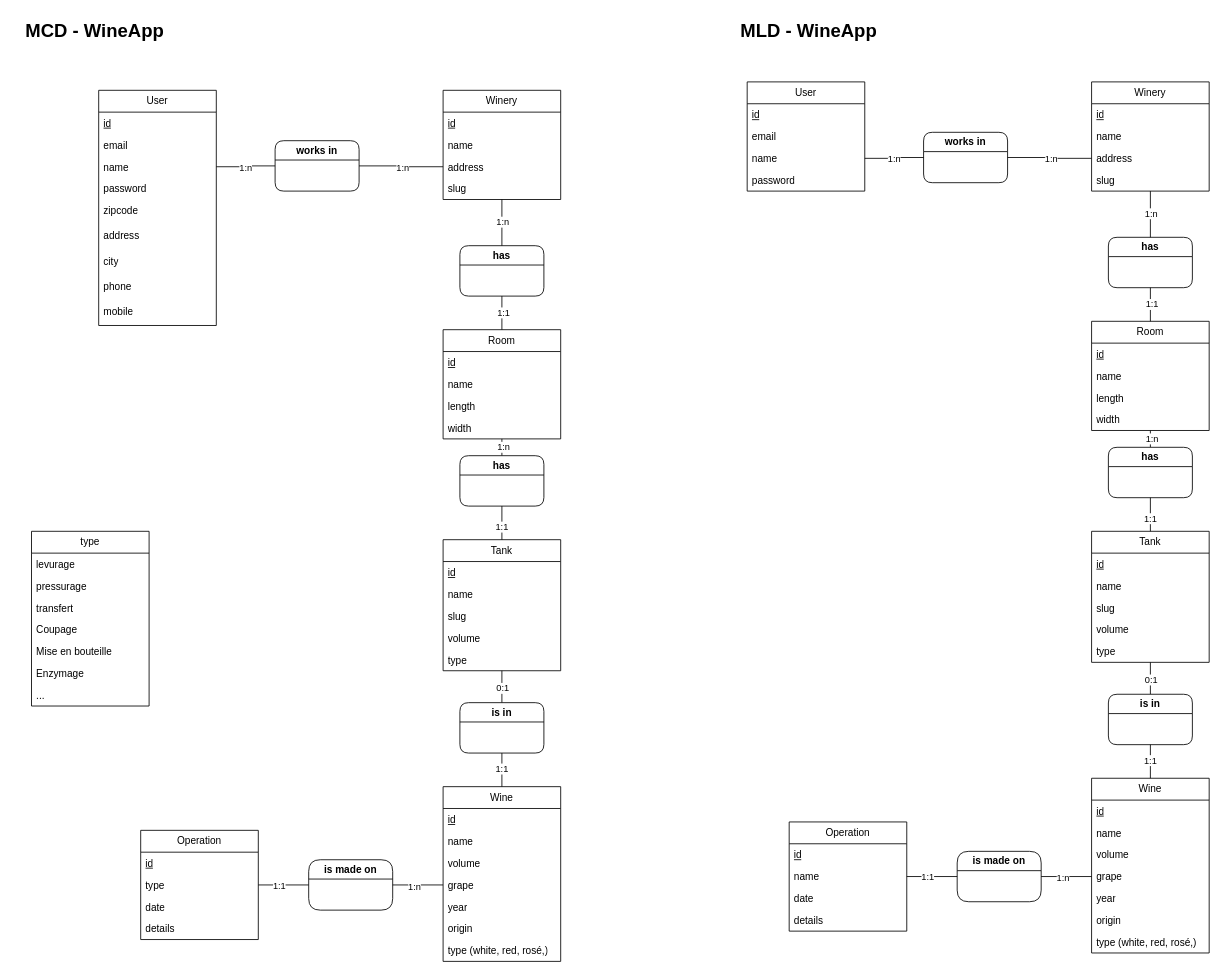
Above: DB_Structure.drawio in waina-wines/cellar-manager (draw.io), before the change. Source tidied: cells renumbered, new cells numbered last; positions are measured from the earlier drawing's top-left corner, leaving out a move shared by most shapes. Both pictures are drawn from the tidied source at 84%, with x=0, y=0 at pixel (14, 14).
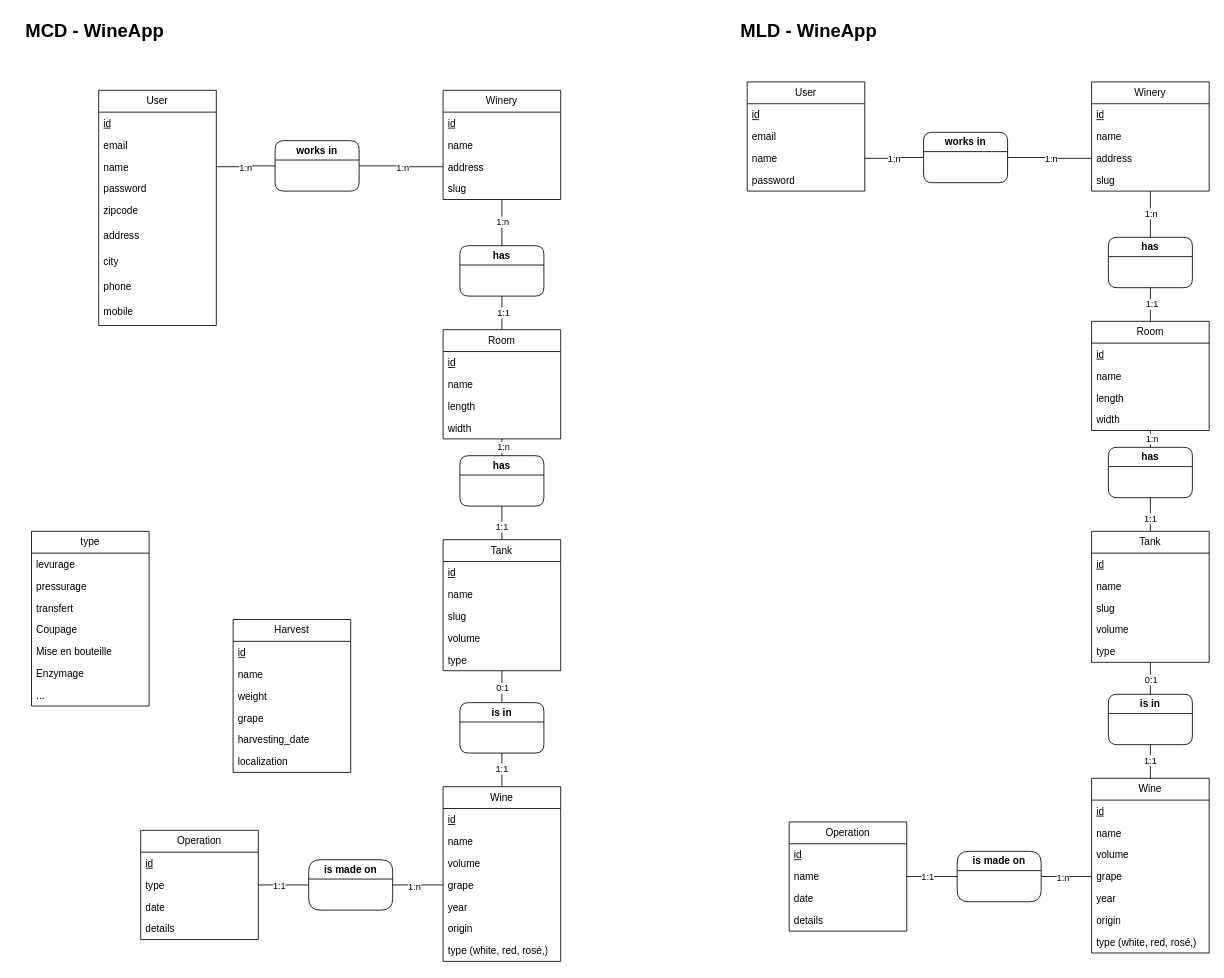
The same page after the edit.

Diff of the diagram source:
```diff
@@
+    <mxCell id="135" value="Harvest" style="swimlane;fontStyle=0;horizontal=1;startSize=26;fillColor=none;whiteSpace=wrap;html=1;" parent="1" vertex="1">
+      <mxGeometry x="260" y="720" width="140" height="182" as="geometry" />
+    </mxCell>
+    <mxCell id="136" value="&lt;u&gt;id&lt;/u&gt;" style="text;strokeColor=none;fillColor=none;align=left;verticalAlign=top;spacingLeft=4;spacingRight=4;overflow=hidden;whiteSpace=wrap;html=1;" parent="135" vertex="1">
+      <mxGeometry y="26" width="140" height="26" as="geometry" />
+    </mxCell>
+    <mxCell id="137" value="name" style="text;strokeColor=none;fillColor=none;align=left;verticalAlign=top;spacingLeft=4;spacingRight=4;overflow=hidden;whiteSpace=wrap;html=1;" parent="135" vertex="1">
+      <mxGeometry y="52" width="140" height="26" as="geometry" />
+    </mxCell>
+    <mxCell id="138" value="weight" style="text;strokeColor=none;fillColor=none;align=left;verticalAlign=top;spacingLeft=4;spacingRight=4;overflow=hidden;whiteSpace=wrap;html=1;" parent="135" vertex="1">
+      <mxGeometry y="78" width="140" height="26" as="geometry" />
+    </mxCell>
+    <mxCell id="139" value="grape" style="text;strokeColor=none;fillColor=none;align=left;verticalAlign=top;spacingLeft=4;spacingRight=4;overflow=hidden;whiteSpace=wrap;html=1;" parent="135" vertex="1">
+      <mxGeometry y="104" width="140" height="26" as="geometry" />
+    </mxCell>
+    <mxCell id="140" value="harvesting_date" style="text;strokeColor=none;fillColor=none;align=left;verticalAlign=top;spacingLeft=4;spacingRight=4;overflow=hidden;whiteSpace=wrap;html=1;" parent="135" vertex="1">
+      <mxGeometry y="130" width="140" height="26" as="geometry" />
+    </mxCell>
+    <mxCell id="141" value="localization" style="text;strokeColor=none;fillColor=none;align=left;verticalAlign=top;spacingLeft=4;spacingRight=4;overflow=hidden;whiteSpace=wrap;html=1;" parent="135" vertex="1">
+      <mxGeometry y="156" width="140" height="26" as="geometry" />
+    </mxCell>
```
